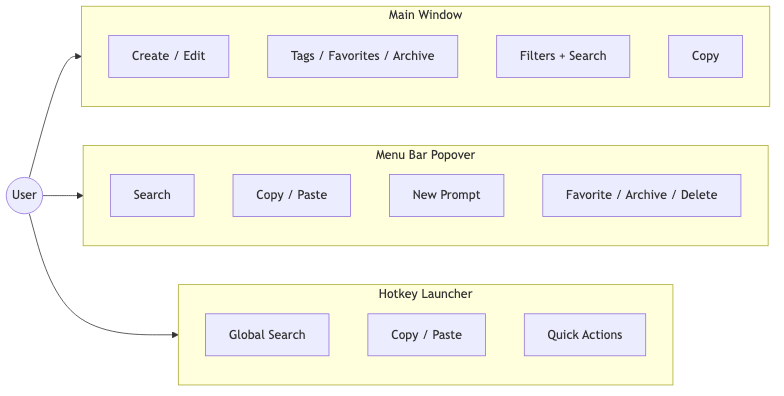
This is docs/diagrams/exports/feature-surfaces.png from JonathanDumitru/Pault, a Mermaid export, as it was before one commit. Its source is kept beside it as docs/diagrams/feature-surfaces.mmd. The source it was exported from:
```mermaid
flowchart LR
    User((User))

    subgraph Main["Main Window"]
        M1["Create / Edit"]
        M2["Tags / Favorites / Archive"]
        M3["Filters + Search"]
        M4["Copy"]
    end

    subgraph Menu["Menu Bar Popover"]
        B1["Search"]
        B2["Copy / Paste"]
        B3["New Prompt"]
        B4["Favorite / Archive / Delete"]
    end

    subgraph Hotkey["Hotkey Launcher"]
        H1["Global Search"]
        H2["Copy / Paste"]
        H3["Quick Actions"]
    end

    User --> Main
    User --> Menu
    User --> Hotkey
```
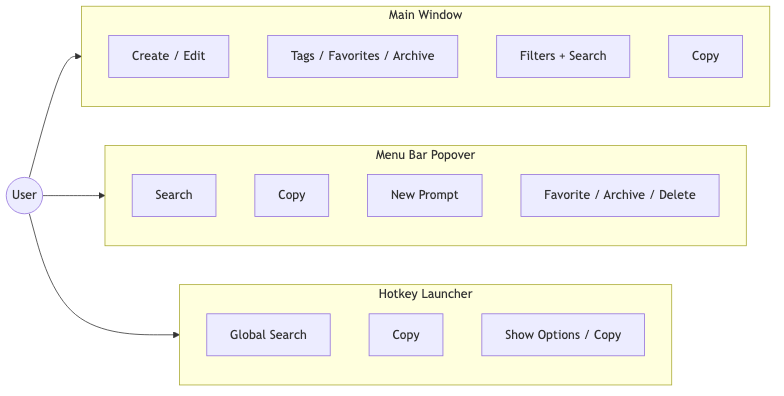
Above is the later version.

Change to the diagram source:
```diff
@@ -10,15 +10,15 @@
 
     subgraph Menu["Menu Bar Popover"]
         B1["Search"]
-        B2["Copy / Paste"]
+        B2["Copy"]
         B3["New Prompt"]
         B4["Favorite / Archive / Delete"]
     end
 
     subgraph Hotkey["Hotkey Launcher"]
         H1["Global Search"]
-        H2["Copy / Paste"]
-        H3["Quick Actions"]
+        H2["Copy"]
+        H3["Show Options / Copy"]
     end
 
     User --> Main
```
